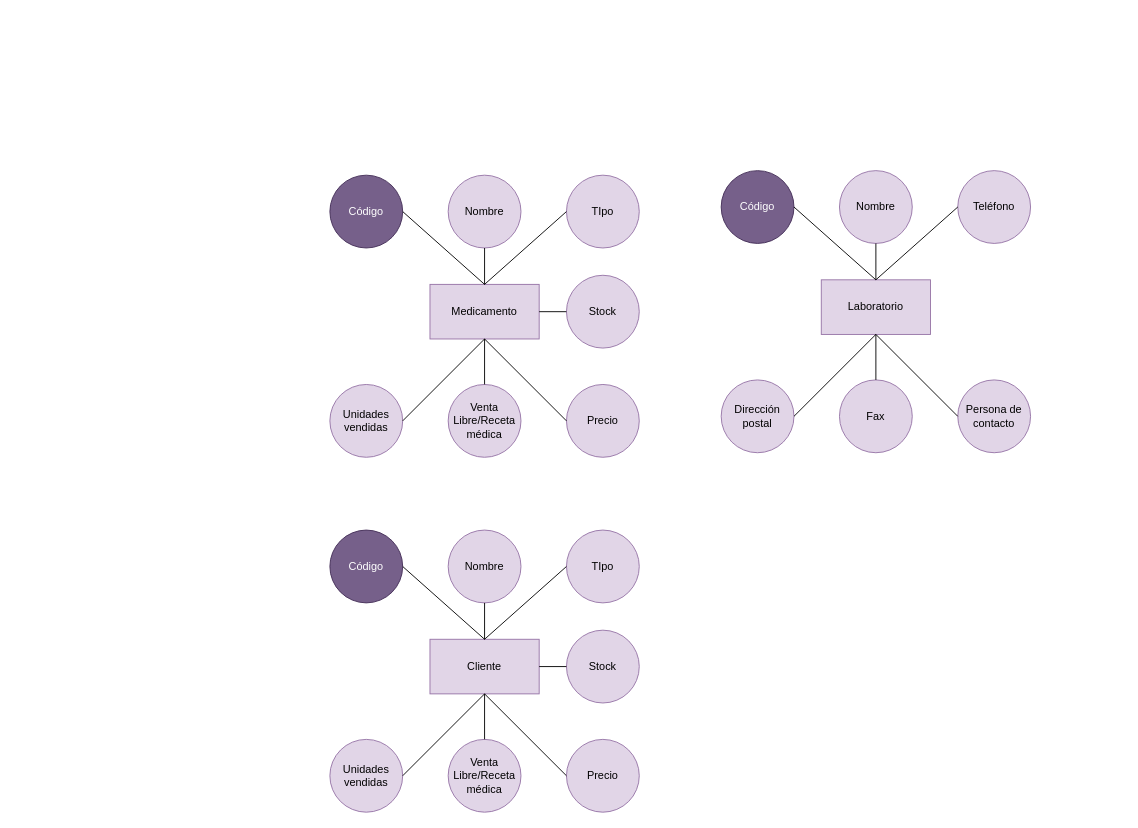
Earlier version of the draw.io diagram P1ADBD.drawio (Nestor-DF/ADBD-2024-2025-Practica01-PE). Source tidied: cells renumbered, new cells numbered last; positions are measured from the earlier drawing's top-left corner, leaving out a move shared by most shapes. Both pictures are drawn from the tidied source at 91%, with x=0, y=0 at pixel (329, 170).
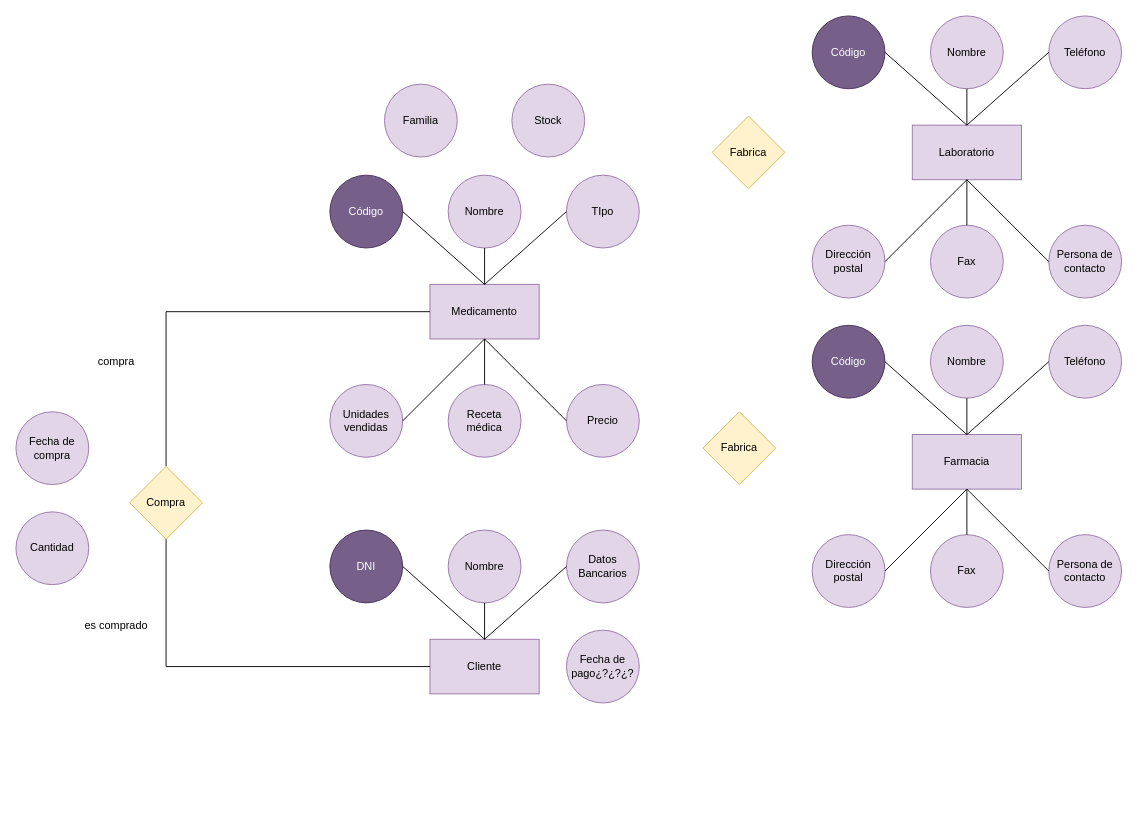
The same page after the edit.

Unchanged cells that the change refers to:
```xml
<mxCell id="2" value="Medicamento" style="rounded=0;whiteSpace=wrap;html=1;fillColor=#e1d5e7;strokeColor=#9673a6;" parent="1" vertex="1">
  <mxGeometry x="110" y="125" width="120" height="60" as="geometry" />
</mxCell>
<mxCell id="30" value="Cliente" style="rounded=0;whiteSpace=wrap;html=1;fillColor=#e1d5e7;strokeColor=#9673a6;" parent="1" vertex="1">
  <mxGeometry x="110" y="515" width="120" height="60" as="geometry" />
</mxCell>
```

Change to the diagram source:
```diff
@@
     <mxCell id="6" value="Stock" style="ellipse;whiteSpace=wrap;html=1;fillColor=#e1d5e7;strokeColor=#9673a6;" parent="1" vertex="1">
-      <mxGeometry x="260" y="115" width="80" height="80" as="geometry" />
+      <mxGeometry x="200" y="-95" width="80" height="80" as="geometry" />
     </mxCell>
@@
-    <mxCell id="9" value="Venta Libre/Receta médica" style="ellipse;whiteSpace=wrap;html=1;fillColor=#e1d5e7;strokeColor=#9673a6;" parent="1" vertex="1">
+    <mxCell id="9" value="Receta médica" style="ellipse;whiteSpace=wrap;html=1;fillColor=#e1d5e7;strokeColor=#9673a6;" parent="1" vertex="1">
       <mxGeometry x="130" y="235" width="80" height="80" as="geometry" />
     </mxCell>
@@
-    <mxCell id="12" style="endArrow=none;html=1;rounded=0;entryX=0;entryY=0.5;entryDx=0;entryDy=0;exitX=1;exitY=0.5;exitDx=0;exitDy=0;" parent="1" edge="1" source="2" target="6">
-      <mxGeometry relative="1" as="geometry" />
-    </mxCell>
@@
     <mxCell id="17" value="Laboratorio" style="rounded=0;whiteSpace=wrap;html=1;fillColor=#e1d5e7;strokeColor=#9673a6;" parent="1" vertex="1">
-      <mxGeometry x="540" y="120" width="120" height="60" as="geometry" />
+      <mxGeometry x="640" y="-50" width="120" height="60" as="geometry" />
     </mxCell>
     <mxCell id="18" value="Código" style="ellipse;whiteSpace=wrap;html=1;fillColor=#76608a;strokeColor=#432D57;fontColor=#ffffff;" parent="1" vertex="1">
-      <mxGeometry x="430" width="80" height="80" as="geometry" />
+      <mxGeometry x="530" y="-170" width="80" height="80" as="geometry" />
     </mxCell>
     <mxCell id="19" value="Teléfono" style="ellipse;whiteSpace=wrap;html=1;fillColor=#e1d5e7;strokeColor=#9673a6;" parent="1" vertex="1">
-      <mxGeometry x="690" width="80" height="80" as="geometry" />
+      <mxGeometry x="790" y="-170" width="80" height="80" as="geometry" />
     </mxCell>
     <mxCell id="20" value="Nombre" style="ellipse;whiteSpace=wrap;html=1;fillColor=#e1d5e7;strokeColor=#9673a6;" parent="1" vertex="1">
-      <mxGeometry x="560" width="80" height="80" as="geometry" />
+      <mxGeometry x="660" y="-170" width="80" height="80" as="geometry" />
     </mxCell>
     <mxCell id="21" value="Dirección postal" style="ellipse;whiteSpace=wrap;html=1;fillColor=#e1d5e7;strokeColor=#9673a6;" parent="1" vertex="1">
-      <mxGeometry x="430" y="230" width="80" height="80" as="geometry" />
+      <mxGeometry x="530" y="60" width="80" height="80" as="geometry" />
     </mxCell>
     <mxCell id="22" value="Persona de contacto" style="ellipse;whiteSpace=wrap;html=1;fillColor=#e1d5e7;strokeColor=#9673a6;" parent="1" vertex="1">
-      <mxGeometry x="690" y="230" width="80" height="80" as="geometry" />
+      <mxGeometry x="790" y="60" width="80" height="80" as="geometry" />
     </mxCell>
     <mxCell id="23" value="Fax" style="ellipse;whiteSpace=wrap;html=1;fillColor=#e1d5e7;strokeColor=#9673a6;" parent="1" vertex="1">
-      <mxGeometry x="560" y="230" width="80" height="80" as="geometry" />
+      <mxGeometry x="660" y="60" width="80" height="80" as="geometry" />
     </mxCell>
@@
     <mxCell id="25" style="endArrow=none;html=1;rounded=0;entryX=0;entryY=0.5;entryDx=0;entryDy=0;" parent="1" edge="1" target="19">
       <mxGeometry relative="1" as="geometry">
-        <mxPoint x="600" y="120" as="sourcePoint" />
+        <mxPoint x="700" y="-50" as="sourcePoint" />
       </mxGeometry>
     </mxCell>
@@
     <mxCell id="27" style="endArrow=none;html=1;rounded=0;entryX=0.5;entryY=0;entryDx=0;entryDy=0;" parent="1" edge="1" target="23">
       <mxGeometry relative="1" as="geometry">
-        <mxPoint x="600" y="180" as="sourcePoint" />
+        <mxPoint x="700" y="10" as="sourcePoint" />
       </mxGeometry>
     </mxCell>
@@
     <mxCell id="29" style="endArrow=none;html=1;rounded=0;entryX=1;entryY=0.5;entryDx=0;entryDy=0;" parent="1" edge="1" target="18">
       <mxGeometry relative="1" as="geometry">
-        <mxPoint x="600" y="120" as="sourcePoint" />
+        <mxPoint x="700" y="-50" as="sourcePoint" />
       </mxGeometry>
     </mxCell>
@@
-    <mxCell id="31" value="Código" style="ellipse;whiteSpace=wrap;html=1;fillColor=#76608a;strokeColor=#432D57;fontColor=#ffffff;" parent="1" vertex="1">
+    <mxCell id="31" value="DNI" style="ellipse;whiteSpace=wrap;html=1;fillColor=#76608a;strokeColor=#432D57;fontColor=#ffffff;" parent="1" vertex="1">
       <mxGeometry y="395" width="80" height="80" as="geometry" />
     </mxCell>
-    <mxCell id="32" value="TIpo" style="ellipse;whiteSpace=wrap;html=1;fillColor=#e1d5e7;strokeColor=#9673a6;" parent="1" vertex="1">
+    <mxCell id="32" value="Datos Bancarios" style="ellipse;whiteSpace=wrap;html=1;fillColor=#e1d5e7;strokeColor=#9673a6;" parent="1" vertex="1">
       <mxGeometry x="260" y="395" width="80" height="80" as="geometry" />
     </mxCell>
@@
-    <mxCell id="34" value="Stock" style="ellipse;whiteSpace=wrap;html=1;fillColor=#e1d5e7;strokeColor=#9673a6;" parent="1" vertex="1">
+    <mxCell id="34" value="Fecha de pago¿?¿?¿?" style="ellipse;whiteSpace=wrap;html=1;fillColor=#e1d5e7;strokeColor=#9673a6;" parent="1" vertex="1">
       <mxGeometry x="260" y="505" width="80" height="80" as="geometry" />
     </mxCell>
-    <mxCell id="35" value="Unidades vendidas" style="ellipse;whiteSpace=wrap;html=1;fillColor=#e1d5e7;strokeColor=#9673a6;" parent="1" vertex="1">
-      <mxGeometry y="625" width="80" height="80" as="geometry" />
-    </mxCell>
-    <mxCell id="36" value="Precio" style="ellipse;whiteSpace=wrap;html=1;fillColor=#e1d5e7;strokeColor=#9673a6;" parent="1" vertex="1">
-      <mxGeometry x="260" y="625" width="80" height="80" as="geometry" />
-    </mxCell>
-    <mxCell id="37" value="Venta Libre/Receta médica" style="ellipse;whiteSpace=wrap;html=1;fillColor=#e1d5e7;strokeColor=#9673a6;" parent="1" vertex="1">
-      <mxGeometry x="130" y="625" width="80" height="80" as="geometry" />
-    </mxCell>
@@
-    <mxCell id="40" style="endArrow=none;html=1;rounded=0;entryX=0;entryY=0.5;entryDx=0;entryDy=0;exitX=1;exitY=0.5;exitDx=0;exitDy=0;" parent="1" edge="1" source="30" target="34">
-      <mxGeometry relative="1" as="geometry" />
-    </mxCell>
-    <mxCell id="41" style="endArrow=none;html=1;rounded=0;entryX=0;entryY=0.5;entryDx=0;entryDy=0;exitX=0.5;exitY=1;exitDx=0;exitDy=0;" parent="1" edge="1" source="30" target="36">
-      <mxGeometry relative="1" as="geometry" />
-    </mxCell>
-    <mxCell id="42" style="endArrow=none;html=1;rounded=0;entryX=0.5;entryY=0;entryDx=0;entryDy=0;" parent="1" edge="1" target="37">
-      <mxGeometry relative="1" as="geometry">
-        <mxPoint x="170" y="575" as="sourcePoint" />
-      </mxGeometry>
-    </mxCell>
-    <mxCell id="43" style="endArrow=none;html=1;rounded=0;entryX=0.5;entryY=1;entryDx=0;entryDy=0;exitX=1;exitY=0.5;exitDx=0;exitDy=0;" parent="1" edge="1" source="35" target="30">
-      <mxGeometry relative="1" as="geometry" />
-    </mxCell>
@@
+    <mxCell id="45" style="edgeStyle=orthogonalEdgeStyle;rounded=0;jettySize=auto;html=1;exitX=0.5;exitY=1;exitDx=0;exitDy=0;entryX=0;entryY=0.5;entryDx=0;entryDy=0;endArrow=none;endFill=0;" parent="1" edge="1" source="47" target="30">
+      <mxGeometry relative="1" as="geometry" />
+    </mxCell>
+    <mxCell id="46" style="edgeStyle=orthogonalEdgeStyle;rounded=0;jettySize=auto;html=1;exitX=0.5;exitY=0;exitDx=0;exitDy=0;entryX=0;entryY=0.5;entryDx=0;entryDy=0;endArrow=none;endFill=0;" parent="1" edge="1" source="47" target="2">
+      <mxGeometry relative="1" as="geometry" />
+    </mxCell>
+    <mxCell id="47" value="Compra" style="rhombus;whiteSpace=wrap;html=1;fillColor=#fff2cc;strokeColor=#d6b656;" parent="1" vertex="1">
+      <mxGeometry x="-220" y="325" width="80" height="80" as="geometry" />
+    </mxCell>
+    <mxCell id="48" value="es comprado" style="text;html=1;align=center;verticalAlign=middle;strokeColor=none;fillColor=none;" parent="1" vertex="1">
+      <mxGeometry x="-280" y="485" width="90" height="30" as="geometry" />
+    </mxCell>
+    <mxCell id="49" value="compra" style="text;html=1;align=center;verticalAlign=middle;strokeColor=none;fillColor=none;" parent="1" vertex="1">
+      <mxGeometry x="-265" y="195" width="60" height="30" as="geometry" />
+    </mxCell>
+    <mxCell id="50" value="Cantidad" style="ellipse;whiteSpace=wrap;html=1;fillColor=#e1d5e7;strokeColor=#9673a6;" parent="1" vertex="1">
+      <mxGeometry x="-345" y="375" width="80" height="80" as="geometry" />
+    </mxCell>
+    <mxCell id="51" value="Fecha de compra" style="ellipse;whiteSpace=wrap;html=1;fillColor=#e1d5e7;strokeColor=#9673a6;" parent="1" vertex="1">
+      <mxGeometry x="-345" y="265" width="80" height="80" as="geometry" />
+    </mxCell>
+    <mxCell id="52" value="Farmacia" style="rounded=0;whiteSpace=wrap;html=1;fillColor=#e1d5e7;strokeColor=#9673a6;" parent="1" vertex="1">
+      <mxGeometry x="640" y="290" width="120" height="60" as="geometry" />
+    </mxCell>
+    <mxCell id="53" value="Código" style="ellipse;whiteSpace=wrap;html=1;fillColor=#76608a;strokeColor=#432D57;fontColor=#ffffff;" parent="1" vertex="1">
+      <mxGeometry x="530" y="170" width="80" height="80" as="geometry" />
+    </mxCell>
+    <mxCell id="54" value="Teléfono" style="ellipse;whiteSpace=wrap;html=1;fillColor=#e1d5e7;strokeColor=#9673a6;" parent="1" vertex="1">
+      <mxGeometry x="790" y="170" width="80" height="80" as="geometry" />
+    </mxCell>
+    <mxCell id="55" value="Nombre" style="ellipse;whiteSpace=wrap;html=1;fillColor=#e1d5e7;strokeColor=#9673a6;" parent="1" vertex="1">
+      <mxGeometry x="660" y="170" width="80" height="80" as="geometry" />
+    </mxCell>
+    <mxCell id="56" value="Dirección postal" style="ellipse;whiteSpace=wrap;html=1;fillColor=#e1d5e7;strokeColor=#9673a6;" parent="1" vertex="1">
+      <mxGeometry x="530" y="400" width="80" height="80" as="geometry" />
+    </mxCell>
+    <mxCell id="57" value="Persona de contacto" style="ellipse;whiteSpace=wrap;html=1;fillColor=#e1d5e7;strokeColor=#9673a6;" parent="1" vertex="1">
+      <mxGeometry x="790" y="400" width="80" height="80" as="geometry" />
+    </mxCell>
+    <mxCell id="58" value="Fax" style="ellipse;whiteSpace=wrap;html=1;fillColor=#e1d5e7;strokeColor=#9673a6;" parent="1" vertex="1">
+      <mxGeometry x="660" y="400" width="80" height="80" as="geometry" />
+    </mxCell>
+    <mxCell id="59" style="endArrow=none;html=1;rounded=0;entryX=0.5;entryY=1;entryDx=0;entryDy=0;exitX=0.5;exitY=0;exitDx=0;exitDy=0;" parent="1" edge="1" source="52" target="55">
+      <mxGeometry relative="1" as="geometry" />
+    </mxCell>
+    <mxCell id="60" style="endArrow=none;html=1;rounded=0;entryX=0;entryY=0.5;entryDx=0;entryDy=0;" parent="1" edge="1" target="54">
+      <mxGeometry relative="1" as="geometry">
+        <mxPoint x="700" y="290" as="sourcePoint" />
+      </mxGeometry>
+    </mxCell>
+    <mxCell id="61" style="endArrow=none;html=1;rounded=0;entryX=0;entryY=0.5;entryDx=0;entryDy=0;exitX=0.5;exitY=1;exitDx=0;exitDy=0;" parent="1" edge="1" source="52" target="57">
+      <mxGeometry relative="1" as="geometry" />
+    </mxCell>
+    <mxCell id="62" style="endArrow=none;html=1;rounded=0;entryX=0.5;entryY=0;entryDx=0;entryDy=0;" parent="1" edge="1" target="58">
+      <mxGeometry relative="1" as="geometry">
+        <mxPoint x="700" y="350" as="sourcePoint" />
+      </mxGeometry>
+    </mxCell>
+    <mxCell id="63" style="endArrow=none;html=1;rounded=0;entryX=0.5;entryY=1;entryDx=0;entryDy=0;exitX=1;exitY=0.5;exitDx=0;exitDy=0;" parent="1" edge="1" source="56" target="52">
+      <mxGeometry relative="1" as="geometry" />
+    </mxCell>
+    <mxCell id="64" style="endArrow=none;html=1;rounded=0;entryX=1;entryY=0.5;entryDx=0;entryDy=0;" parent="1" edge="1" target="53">
+      <mxGeometry relative="1" as="geometry">
+        <mxPoint x="700" y="290" as="sourcePoint" />
+      </mxGeometry>
+    </mxCell>
+    <mxCell id="65" value="Fabrica" style="rhombus;whiteSpace=wrap;html=1;fillColor=#fff2cc;strokeColor=#d6b656;" parent="1" vertex="1">
+      <mxGeometry x="420" y="-60" width="80" height="80" as="geometry" />
+    </mxCell>
+    <mxCell id="66" value="Fabrica" style="rhombus;whiteSpace=wrap;html=1;fillColor=#fff2cc;strokeColor=#d6b656;" parent="1" vertex="1">
+      <mxGeometry x="410" y="265" width="80" height="80" as="geometry" />
+    </mxCell>
+    <mxCell id="67" value="&lt;div&gt;Familia&lt;/div&gt;" style="ellipse;whiteSpace=wrap;html=1;fillColor=#e1d5e7;strokeColor=#9673a6;" parent="1" vertex="1">
+      <mxGeometry x="60" y="-95" width="80" height="80" as="geometry" />
+    </mxCell>
```
